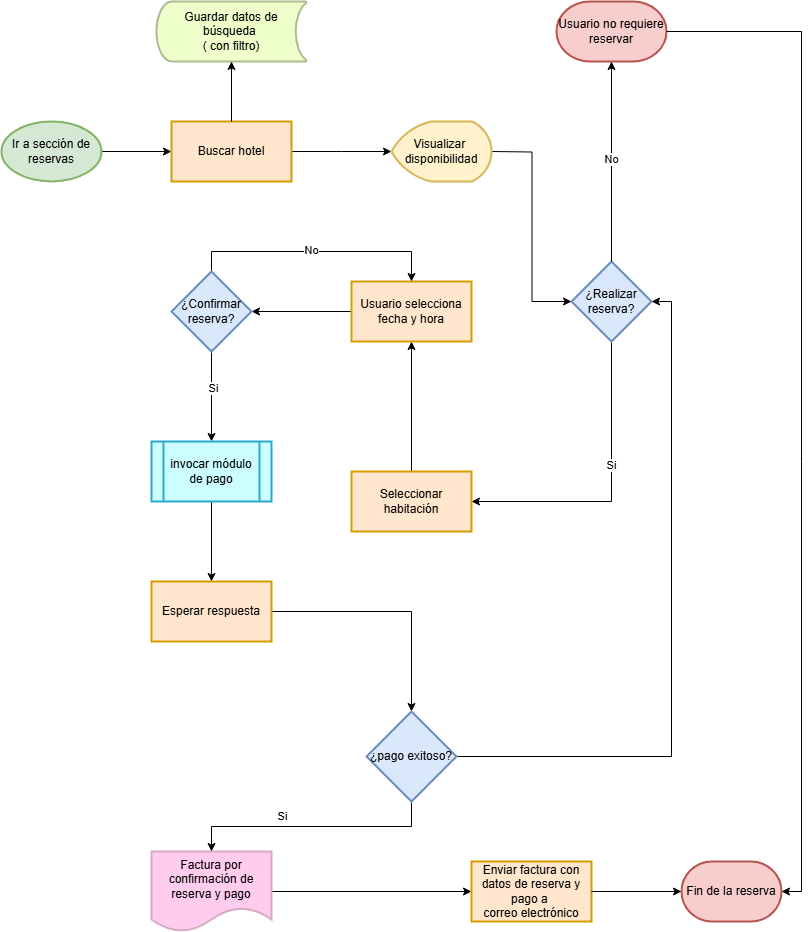
The draw.io diagram Flujograma de reserva de habitación.png in DjGuetta/App-Hotel-Management, before a commit. Source tidied: cells renumbered, new cells last; positions are measured from the earlier drawing's top-left corner, leaving out a move shared by most shapes.
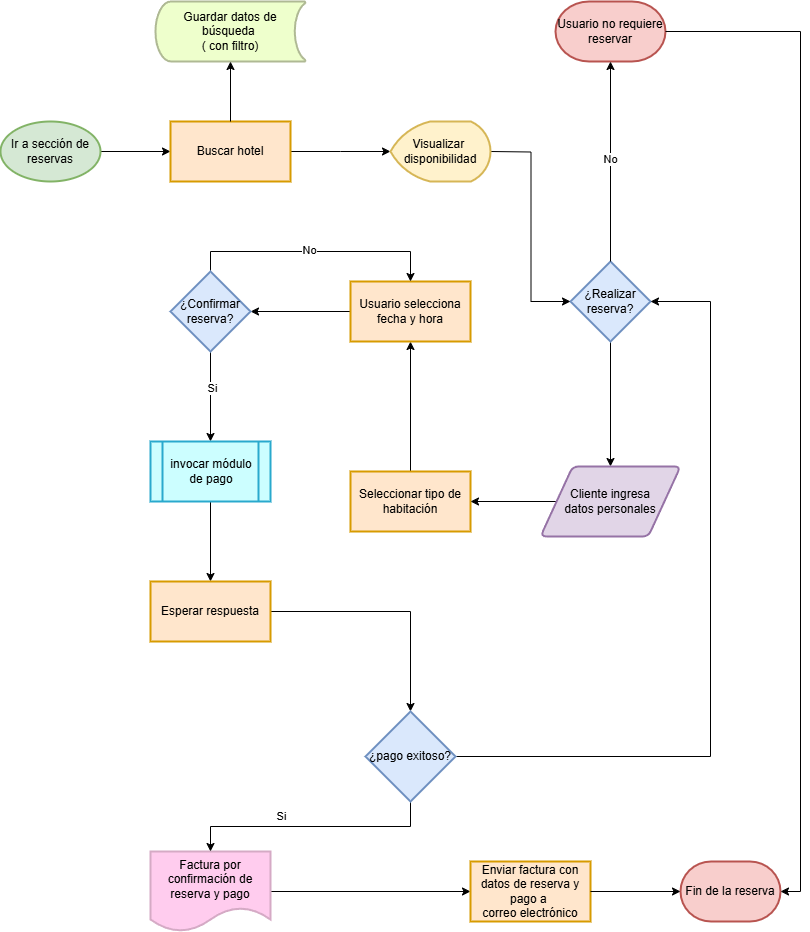
The same diagram one commit later.

Commit message:
Corrigiendo adicción de datos

The edit, as a diff of the source:
```diff
@@ -16,23 +16,16 @@
     <mxCell id="5" value="&lt;div style=&quot;text-align: start;&quot;&gt;&lt;span style=&quot;background-color: transparent; color: light-dark(rgb(0, 0, 0), rgb(255, 255, 255));&quot;&gt;Buscar hotel&lt;/span&gt;&lt;/div&gt;" style="whiteSpace=wrap;html=1;strokeWidth=2;fillColor=#ffe6cc;strokeColor=#d79b00;" parent="1" vertex="1">
       <mxGeometry x="170" y="120" width="120" height="60" as="geometry" />
     </mxCell>
-    <mxCell id="6" style="edgeStyle=orthogonalEdgeStyle;rounded=0;jettySize=auto;html=1;entryX=1;entryY=0.5;entryDx=0;entryDy=0;" parent="1" edge="1" source="8" target="10">
-      <mxGeometry relative="1" as="geometry">
-        <Array as="points">
-          <mxPoint x="610" y="500" />
-        </Array>
-      </mxGeometry>
-    </mxCell>
-    <mxCell id="7" value="Si" style="edgeLabel;html=1;align=center;verticalAlign=middle;" parent="6" vertex="1">
-      <mxGeometry x="-0.18" y="-1" relative="1" as="geometry" />
-    </mxCell>
+    <mxCell id="39" style="edgeStyle=orthogonalEdgeStyle;rounded=0;jettySize=auto;html=1;exitX=0.5;exitY=1;exitDx=0;exitDy=0;entryX=0.5;entryY=0;entryDx=0;entryDy=0;" parent="1" edge="1" source="8" target="41">
+      <mxGeometry relative="1" as="geometry" />
+    </mxCell>
     <mxCell id="8" value="¿Realizar reserva?" style="rhombus;whiteSpace=wrap;html=1;strokeWidth=2;fillColor=#dae8fc;strokeColor=#6c8ebf;" parent="1" vertex="1">
       <mxGeometry x="570" y="260" width="80" height="80" as="geometry" />
     </mxCell>
     <mxCell id="9" style="edgeStyle=orthogonalEdgeStyle;rounded=0;jettySize=auto;html=1;exitX=0.5;exitY=0;exitDx=0;exitDy=0;entryX=0.5;entryY=1;entryDx=0;entryDy=0;" parent="1" edge="1" source="10" target="15">
       <mxGeometry relative="1" as="geometry" />
     </mxCell>
-    <mxCell id="10" value="Seleccionar habitación" style="whiteSpace=wrap;html=1;strokeWidth=2;fillColor=#ffe6cc;strokeColor=#d79b00;" parent="1" vertex="1">
+    <mxCell id="10" value="Seleccionar tipo de habitación" style="whiteSpace=wrap;html=1;strokeWidth=2;fillColor=#ffe6cc;strokeColor=#d79b00;" parent="1" vertex="1">
       <mxGeometry x="350" y="470" width="120" height="60" as="geometry" />
     </mxCell>
     <mxCell id="11" value="Guardar datos de búsqueda&amp;nbsp;&lt;div&gt;( con filtro)&lt;/div&gt;" style="strokeWidth=2;html=1;shape=mxgraph.flowchart.stored_data;whiteSpace=wrap;fillColor=#EEFFCC;strokeColor=#AFB994;" parent="1" vertex="1">
@@ -117,7 +110,12 @@
       </mxGeometry>
     </mxCell>
     <mxCell id="35" style="edgeStyle=orthogonalEdgeStyle;rounded=0;jettySize=auto;html=1;exitX=1;exitY=0.5;exitDx=0;exitDy=0;entryX=1;entryY=0.5;entryDx=0;entryDy=0;" parent="1" edge="1" source="36" target="8">
-      <mxGeometry relative="1" as="geometry" />
+      <mxGeometry relative="1" as="geometry">
+        <Array as="points">
+          <mxPoint x="710" y="755" />
+          <mxPoint x="710" y="300" />
+        </Array>
+      </mxGeometry>
     </mxCell>
     <mxCell id="36" value="¿pago exitoso?" style="rhombus;whiteSpace=wrap;html=1;fillColor=#dae8fc;strokeColor=#6c8ebf;strokeWidth=2;" parent="1" vertex="1">
       <mxGeometry x="365" y="710" width="90" height="90" as="geometry" />
@@ -128,5 +126,11 @@
     <mxCell id="38" value="No" style="edgeLabel;html=1;align=center;verticalAlign=middle;" parent="37" vertex="1">
       <mxGeometry x="0.03" y="1" relative="1" as="geometry" />
     </mxCell>
+    <mxCell id="40" style="edgeStyle=orthogonalEdgeStyle;rounded=0;jettySize=auto;html=1;exitX=0;exitY=0.5;exitDx=0;exitDy=0;entryX=1;entryY=0.5;entryDx=0;entryDy=0;" parent="1" edge="1" source="41" target="10">
+      <mxGeometry relative="1" as="geometry" />
+    </mxCell>
+    <mxCell id="41" value="&amp;nbsp;Cliente ingresa&amp;nbsp;&lt;div&gt;datos personales&lt;/div&gt;" style="shape=parallelogram;html=1;strokeWidth=2;perimeter=parallelogramPerimeter;whiteSpace=wrap;rounded=1;arcSize=12;size=0.23;fillColor=#e1d5e7;strokeColor=#9673a6;" parent="1" vertex="1">
+      <mxGeometry x="540" y="465" width="140" height="70" as="geometry" />
+    </mxCell>
   </root>
 </mxGraphModel>
```
